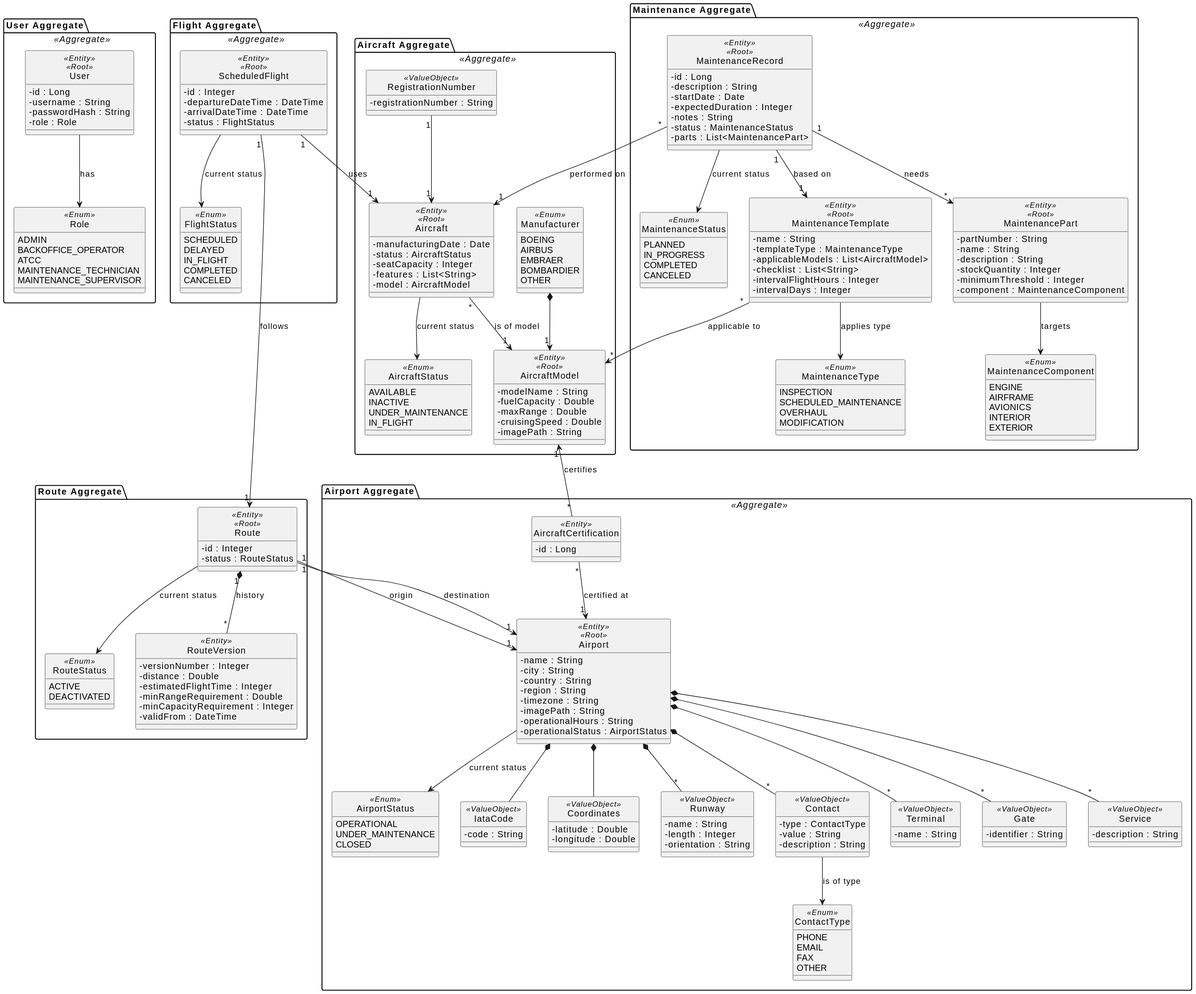
This is docs/system-documentation/global-artifacts/svg/DM.svg from VascoMagolo/psoft_1231562_1241692_1242036_2db, a PlantUML export, as it was before one commit.
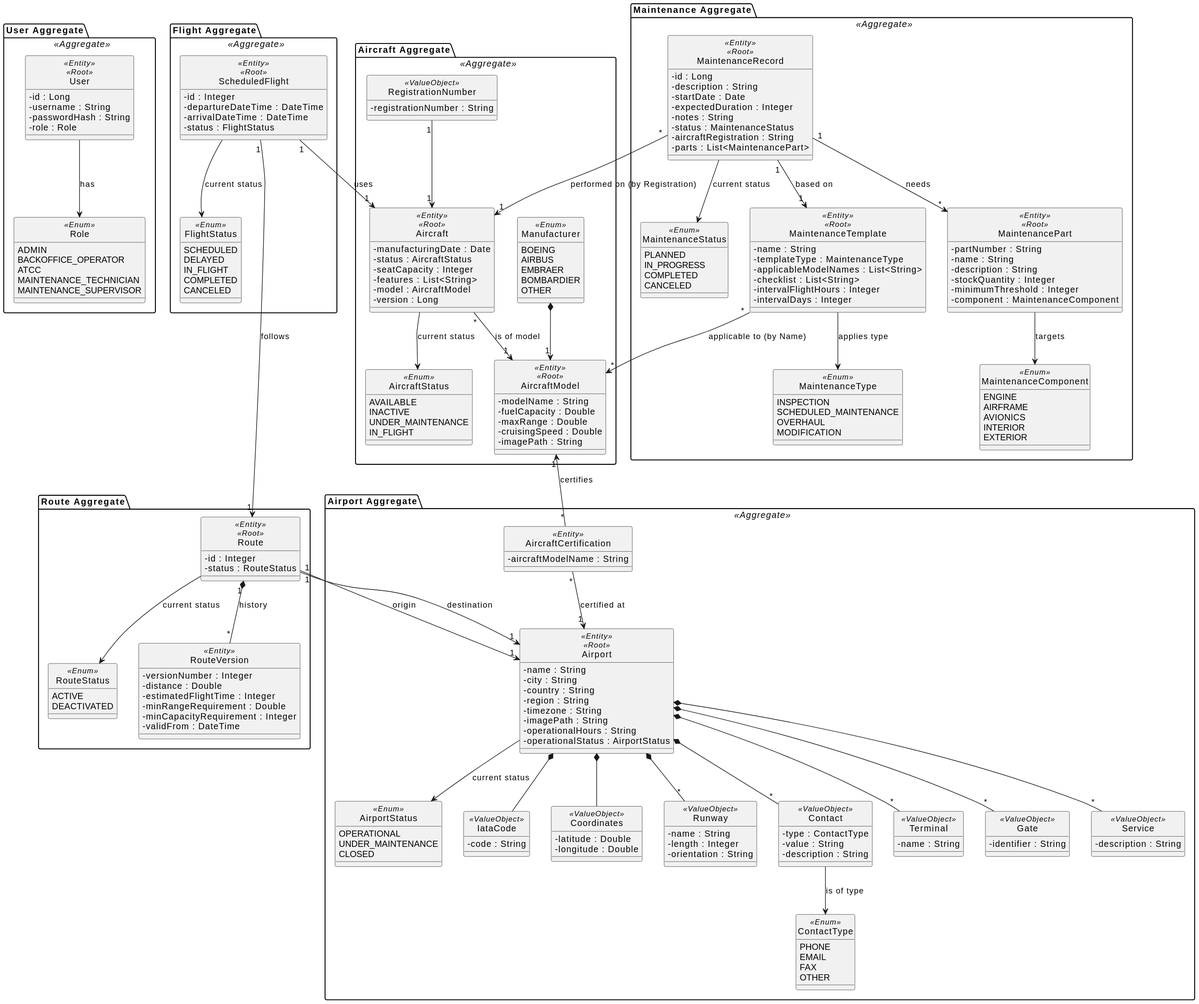
After the commit.

Change to the diagram source:
```diff
@@ -44,6 +44,7 @@
     - seatCapacity : Integer
     - features : List<String>
     - model : AircraftModel
+    - version : Long
   }
 
   class AircraftModel <<Entity>> <<Root>> {
@@ -120,7 +121,7 @@
   }
 
   class AircraftCertification <<Entity>> {
-    - id : Long
+    - aircraftModelName : String
   }
 
   Airport --> AirportStatus : current status
@@ -205,7 +206,7 @@
   class MaintenanceTemplate <<Entity>> <<Root>> {
     - name : String
     - templateType : MaintenanceType
-    - applicableModels : List<AircraftModel>
+    - applicableModelNames : List<String>
     - checklist : List<String>
     - intervalFlightHours : Integer
     - intervalDays : Integer
@@ -218,6 +219,7 @@
     - expectedDuration : Integer
     - notes : String
     - status : MaintenanceStatus
+    - aircraftRegistration : String
     - parts : List<MaintenancePart>
   }
 
@@ -246,8 +248,8 @@
 ScheduledFlight "1" --> "1" Route : follows
 ScheduledFlight "1" --> "1" Aircraft : uses
 
-MaintenanceTemplate "*" --> "*" AircraftModel : applicable to
+MaintenanceTemplate "*" --> "*" AircraftModel : applicable to (by Name)
 MaintenanceRecord "1" --> "*" MaintenancePart : needs
 MaintenanceRecord "1" --> "1" MaintenanceTemplate : based on
-MaintenanceRecord "*" --> "1" Aircraft : performed on
+MaintenanceRecord "*" --> "1" Aircraft : performed on (by Registration)
 @enduml
```
